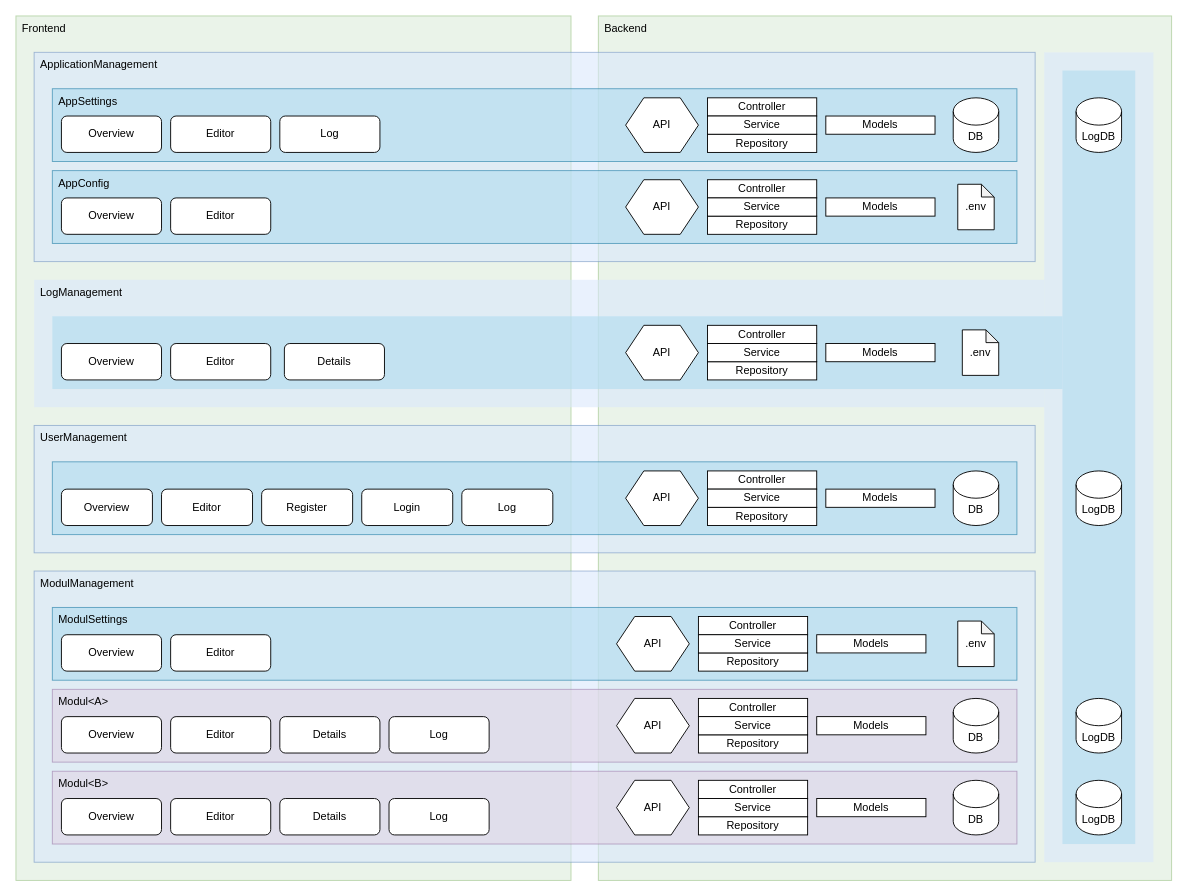
swyss/NestFusion keeps this draw.io diagram as engineering/drawio/Component-Diagram.drawio. Above is the earlier version. Source tidied: cells renumbered, new cells numbered last; positions are measured from the earlier drawing's top-left corner, leaving out a move shared by most shapes. Both pictures are drawn from the tidied source at 91%, with x=0, y=0 at pixel (15, 15).
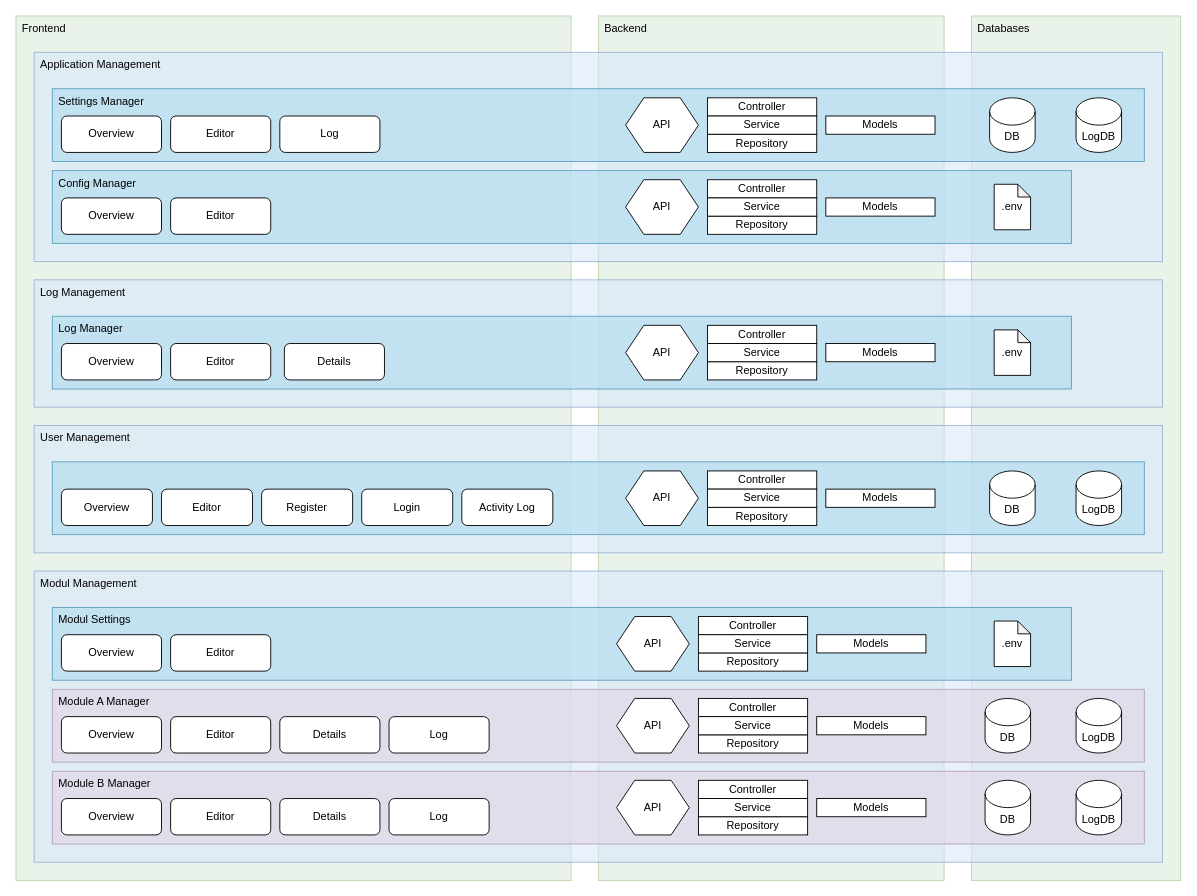
After the change.

Change to the diagram source:
```diff
@@
+    <mxCell id="86" value="Databases" style="rounded=0;whiteSpace=wrap;html=1;align=left;verticalAlign=top;spacingLeft=5;fillColor=#d5e8d4;strokeColor=#82b366;opacity=50;" parent="1" vertex="1">
+      <mxGeometry x="1050" width="230" height="950" as="geometry" />
+    </mxCell>
+    <mxCell id="3" value="Backend" style="rounded=0;whiteSpace=wrap;html=1;align=left;verticalAlign=top;spacingLeft=5;fillColor=#d5e8d4;strokeColor=#82b366;opacity=50;" parent="1" vertex="1">
+      <mxGeometry x="640" width="380" height="950" as="geometry" />
+    </mxCell>
@@
-    <mxCell id="3" value="Backend" style="rounded=0;whiteSpace=wrap;html=1;align=left;verticalAlign=top;spacingLeft=5;fillColor=#d5e8d4;strokeColor=#82b366;opacity=50;" parent="1" vertex="1">
-      <mxGeometry x="640" width="630" height="950" as="geometry" />
-    </mxCell>
+    <mxCell id="87" value="Log Management" style="rounded=0;whiteSpace=wrap;html=1;align=left;verticalAlign=top;spacingLeft=5;fillColor=#dae8fc;strokeColor=#6c8ebf;opacity=60;" parent="1" vertex="1">
+      <mxGeometry x="20" y="290" width="1240" height="140" as="geometry" />
+    </mxCell>
+    <mxCell id="88" value="Log Manager" style="rounded=0;whiteSpace=wrap;html=1;align=left;verticalAlign=top;spacingLeft=5;fillColor=#b1ddf0;strokeColor=#10739e;opacity=60;" parent="1" vertex="1">
+      <mxGeometry x="40" y="330" width="1120" height="80" as="geometry" />
+    </mxCell>
-    <mxCell id="4" value="ModulManagement" style="rounded=0;whiteSpace=wrap;html=1;align=left;verticalAlign=top;spacingLeft=5;fillColor=#dae8fc;strokeColor=#6c8ebf;opacity=60;" parent="1" vertex="1">
-      <mxGeometry x="20" y="610" width="1100" height="320" as="geometry" />
+    <mxCell id="4" value="Modul Management" style="rounded=0;whiteSpace=wrap;html=1;align=left;verticalAlign=top;spacingLeft=5;fillColor=#dae8fc;strokeColor=#6c8ebf;opacity=60;" parent="1" vertex="1">
+      <mxGeometry x="20" y="610" width="1240" height="320" as="geometry" />
     </mxCell>
-    <mxCell id="5" value="ModulSettings" style="rounded=0;whiteSpace=wrap;html=1;align=left;verticalAlign=top;spacingLeft=5;fillColor=#b1ddf0;strokeColor=#10739e;opacity=60;" parent="1" vertex="1">
-      <mxGeometry x="40" y="650" width="1060" height="80" as="geometry" />
+    <mxCell id="5" value="Modul Settings" style="rounded=0;whiteSpace=wrap;html=1;align=left;verticalAlign=top;spacingLeft=5;fillColor=#b1ddf0;strokeColor=#10739e;opacity=60;" parent="1" vertex="1">
+      <mxGeometry x="40" y="650" width="1120" height="80" as="geometry" />
     </mxCell>
-    <mxCell id="6" value="UserManagement" style="rounded=0;whiteSpace=wrap;html=1;align=left;verticalAlign=top;spacingLeft=5;fillColor=#dae8fc;strokeColor=#6c8ebf;opacity=60;" parent="1" vertex="1">
-      <mxGeometry x="20" y="450" width="1100" height="140" as="geometry" />
+    <mxCell id="6" value="User Management" style="rounded=0;whiteSpace=wrap;html=1;align=left;verticalAlign=top;spacingLeft=5;fillColor=#dae8fc;strokeColor=#6c8ebf;opacity=60;" parent="1" vertex="1">
+      <mxGeometry x="20" y="450" width="1240" height="140" as="geometry" />
     </mxCell>
-    <mxCell id="7" value="ApplicationManagement" style="rounded=0;whiteSpace=wrap;html=1;align=left;verticalAlign=top;spacingLeft=5;fillColor=#dae8fc;strokeColor=#6c8ebf;opacity=60;" parent="1" vertex="1">
-      <mxGeometry x="20" y="40" width="1100" height="230" as="geometry" />
+    <mxCell id="7" value="Application Management" style="rounded=0;whiteSpace=wrap;html=1;align=left;verticalAlign=top;spacingLeft=5;fillColor=#dae8fc;strokeColor=#6c8ebf;opacity=60;" parent="1" vertex="1">
+      <mxGeometry x="20" y="40" width="1240" height="230" as="geometry" />
     </mxCell>
-    <mxCell id="8" value="AppSettings" style="rounded=0;whiteSpace=wrap;html=1;align=left;verticalAlign=top;spacingLeft=5;fillColor=#b1ddf0;strokeColor=#10739e;opacity=60;" parent="1" vertex="1">
-      <mxGeometry x="40" y="80" width="1060" height="80" as="geometry" />
+    <mxCell id="8" value="Settings Manager" style="rounded=0;whiteSpace=wrap;html=1;align=left;verticalAlign=top;spacingLeft=5;fillColor=#b1ddf0;strokeColor=#10739e;opacity=60;" parent="1" vertex="1">
+      <mxGeometry x="40" y="80" width="1200" height="80" as="geometry" />
     </mxCell>
-    <mxCell id="9" value="AppConfig" style="rounded=0;whiteSpace=wrap;html=1;align=left;verticalAlign=top;spacingLeft=5;fillColor=#b1ddf0;strokeColor=#10739e;opacity=60;" parent="1" vertex="1">
-      <mxGeometry x="40" y="170" width="1060" height="80" as="geometry" />
+    <mxCell id="9" value="Config Manager" style="rounded=0;whiteSpace=wrap;html=1;align=left;verticalAlign=top;spacingLeft=5;fillColor=#b1ddf0;strokeColor=#10739e;opacity=60;" parent="1" vertex="1">
+      <mxGeometry x="40" y="170" width="1120" height="80" as="geometry" />
     </mxCell>
@@
     <mxCell id="12" style="rounded=0;whiteSpace=wrap;html=1;align=left;verticalAlign=top;spacingLeft=5;fillColor=#b1ddf0;strokeColor=#10739e;opacity=60;" parent="1" vertex="1">
-      <mxGeometry x="40" y="490" width="1060" height="80" as="geometry" />
+      <mxGeometry x="40" y="490" width="1200" height="80" as="geometry" />
     </mxCell>
@@
-    <mxCell id="19" value="Modul&amp;lt;A&amp;gt;" style="rounded=0;whiteSpace=wrap;html=1;align=left;verticalAlign=top;spacingLeft=5;fillColor=#e1d5e7;strokeColor=#9673a6;opacity=60;" parent="1" vertex="1">
-      <mxGeometry x="40" y="740" width="1060" height="80" as="geometry" />
+    <mxCell id="19" value="Module A Manager" style="rounded=0;whiteSpace=wrap;html=1;align=left;verticalAlign=top;spacingLeft=5;fillColor=#e1d5e7;strokeColor=#9673a6;opacity=60;" parent="1" vertex="1">
+      <mxGeometry x="40" y="740" width="1200" height="80" as="geometry" />
     </mxCell>
-    <mxCell id="20" value="Modul&amp;lt;B&amp;gt;" style="rounded=0;whiteSpace=wrap;html=1;align=left;verticalAlign=top;spacingLeft=5;fillColor=#e1d5e7;strokeColor=#9673a6;opacity=60;" parent="1" vertex="1">
-      <mxGeometry x="40" y="830" width="1060" height="80" as="geometry" />
+    <mxCell id="20" value="Module B Manager" style="rounded=0;whiteSpace=wrap;html=1;align=left;verticalAlign=top;spacingLeft=5;fillColor=#e1d5e7;strokeColor=#9673a6;opacity=60;" parent="1" vertex="1">
+      <mxGeometry x="40" y="830" width="1200" height="80" as="geometry" />
     </mxCell>
@@
     <mxCell id="44" value="DB" style="shape=cylinder3;whiteSpace=wrap;html=1;boundedLbl=1;backgroundOutline=1;size=15;" parent="1" vertex="1">
-      <mxGeometry x="1030" y="750" width="50" height="60" as="geometry" />
+      <mxGeometry x="1065" y="750" width="50" height="60" as="geometry" />
     </mxCell>
@@
     <mxCell id="50" value="DB" style="shape=cylinder3;whiteSpace=wrap;html=1;boundedLbl=1;backgroundOutline=1;size=15;" parent="1" vertex="1">
-      <mxGeometry x="1030" y="840" width="50" height="60" as="geometry" />
+      <mxGeometry x="1065" y="840" width="50" height="60" as="geometry" />
     </mxCell>
@@
     <mxCell id="55" value="DB" style="shape=cylinder3;whiteSpace=wrap;html=1;boundedLbl=1;backgroundOutline=1;size=15;" parent="1" vertex="1">
-      <mxGeometry x="1030" y="90" width="50" height="60" as="geometry" />
+      <mxGeometry x="1070" y="90" width="50" height="60" as="geometry" />
     </mxCell>
     <mxCell id="56" value="DB" style="shape=cylinder3;whiteSpace=wrap;html=1;boundedLbl=1;backgroundOutline=1;size=15;" parent="1" vertex="1">
-      <mxGeometry x="1030" y="500" width="50" height="60" as="geometry" />
+      <mxGeometry x="1070" y="500" width="50" height="60" as="geometry" />
     </mxCell>
     <mxCell id="57" value=".env" style="shape=note;whiteSpace=wrap;html=1;backgroundOutline=1;darkOpacity=0.05;size=14;" parent="1" vertex="1">
-      <mxGeometry x="1035" y="665" width="40" height="50" as="geometry" />
+      <mxGeometry x="1075" y="665" width="40" height="50" as="geometry" />
     </mxCell>
@@
-    <mxCell id="65" value="Log" style="rounded=1;whiteSpace=wrap;html=1;" parent="1" vertex="1">
+    <mxCell id="65" value="Activity Log" style="rounded=1;whiteSpace=wrap;html=1;" parent="1" vertex="1">
       <mxGeometry x="490" y="520" width="100" height="40" as="geometry" />
     </mxCell>
-    <mxCell id="66" style="rounded=0;whiteSpace=wrap;html=1;align=left;verticalAlign=top;spacingLeft=5;fillColor=#dae8fc;strokeColor=none;opacity=60;" parent="1" vertex="1">
-      <mxGeometry x="1130" y="40" width="120" height="890" as="geometry" />
-    </mxCell>
-    <mxCell id="67" style="rounded=0;whiteSpace=wrap;html=1;align=left;verticalAlign=top;spacingLeft=5;fillColor=#b1ddf0;strokeColor=none;opacity=60;" parent="1" vertex="1">
-      <mxGeometry x="1150" y="60" width="80" height="850" as="geometry" />
-    </mxCell>
@@
-    <mxCell id="72" value="LogManagement" style="rounded=0;whiteSpace=wrap;html=1;align=left;verticalAlign=top;spacingLeft=5;fillColor=#dae8fc;strokeColor=none;opacity=60;" parent="1" vertex="1">
-      <mxGeometry x="20" y="290" width="1110" height="140" as="geometry" />
-    </mxCell>
-    <mxCell id="73" style="rounded=0;whiteSpace=wrap;html=1;align=left;verticalAlign=top;spacingLeft=5;fillColor=#b1ddf0;strokeColor=none;opacity=60;" parent="1" vertex="1">
-      <mxGeometry x="40" y="330" width="1110" height="80" as="geometry" />
-    </mxCell>
@@
     <mxCell id="81" value=".env" style="shape=note;whiteSpace=wrap;html=1;backgroundOutline=1;darkOpacity=0.05;size=14;" parent="1" vertex="1">
-      <mxGeometry x="1035" y="185" width="40" height="50" as="geometry" />
+      <mxGeometry x="1075" y="185" width="40" height="50" as="geometry" />
     </mxCell>
     <mxCell id="82" value=".env" style="shape=note;whiteSpace=wrap;html=1;backgroundOutline=1;darkOpacity=0.05;size=14;" parent="1" vertex="1">
-      <mxGeometry x="1040" y="345" width="40" height="50" as="geometry" />
+      <mxGeometry x="1075" y="345" width="40" height="50" as="geometry" />
     </mxCell>
```
